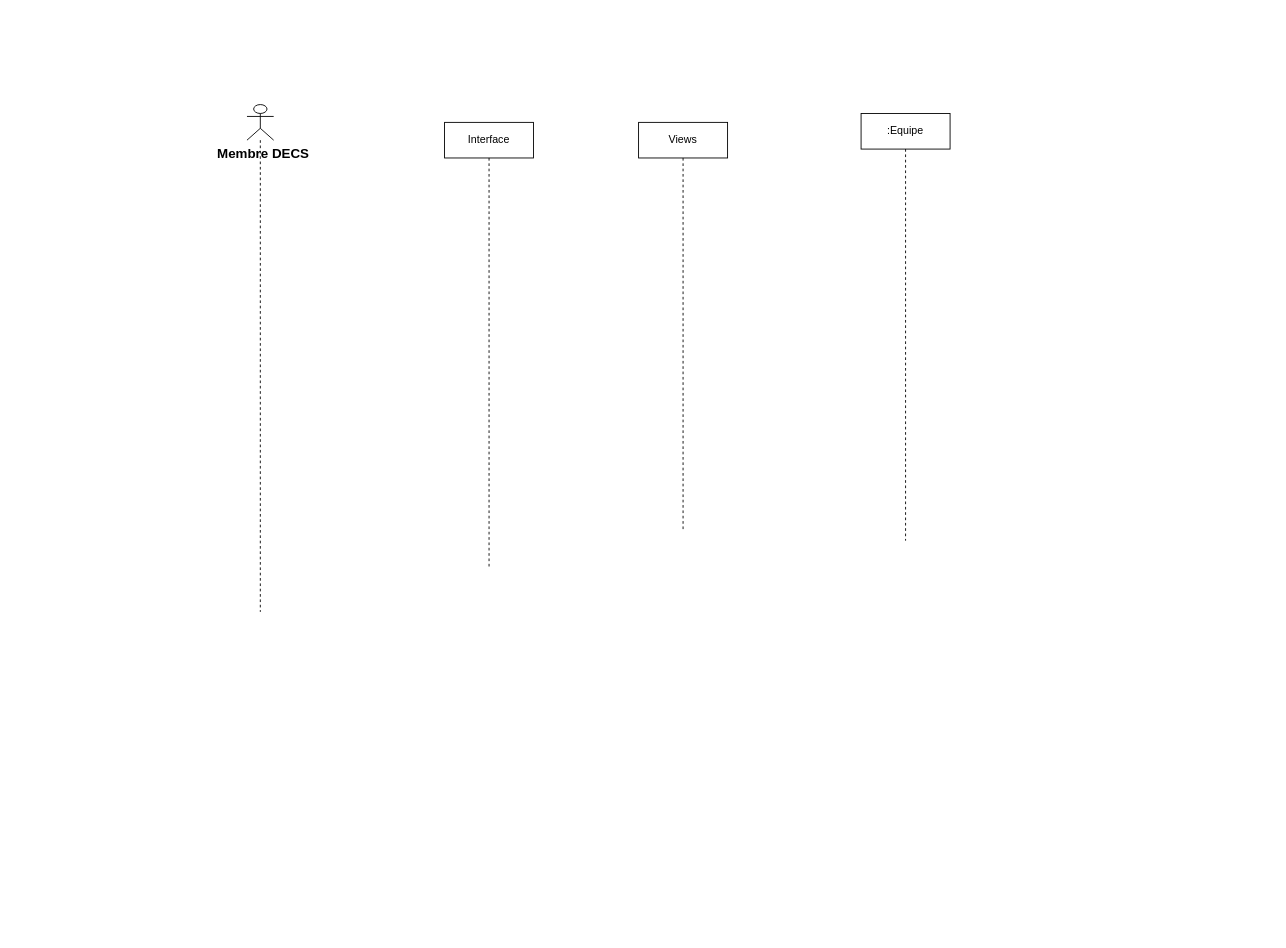
CabrelFeukeng/pp keeps this draw.io diagram as Diagramme sans nom.drawio. Above is the earlier version. Source tidied: cells renumbered, new cells numbered last; positions are measured from the earlier drawing's top-left corner, leaving out a move shared by most shapes. Both pictures are drawn from the tidied source at 89%, with x=0, y=0 at pixel (227, 104).
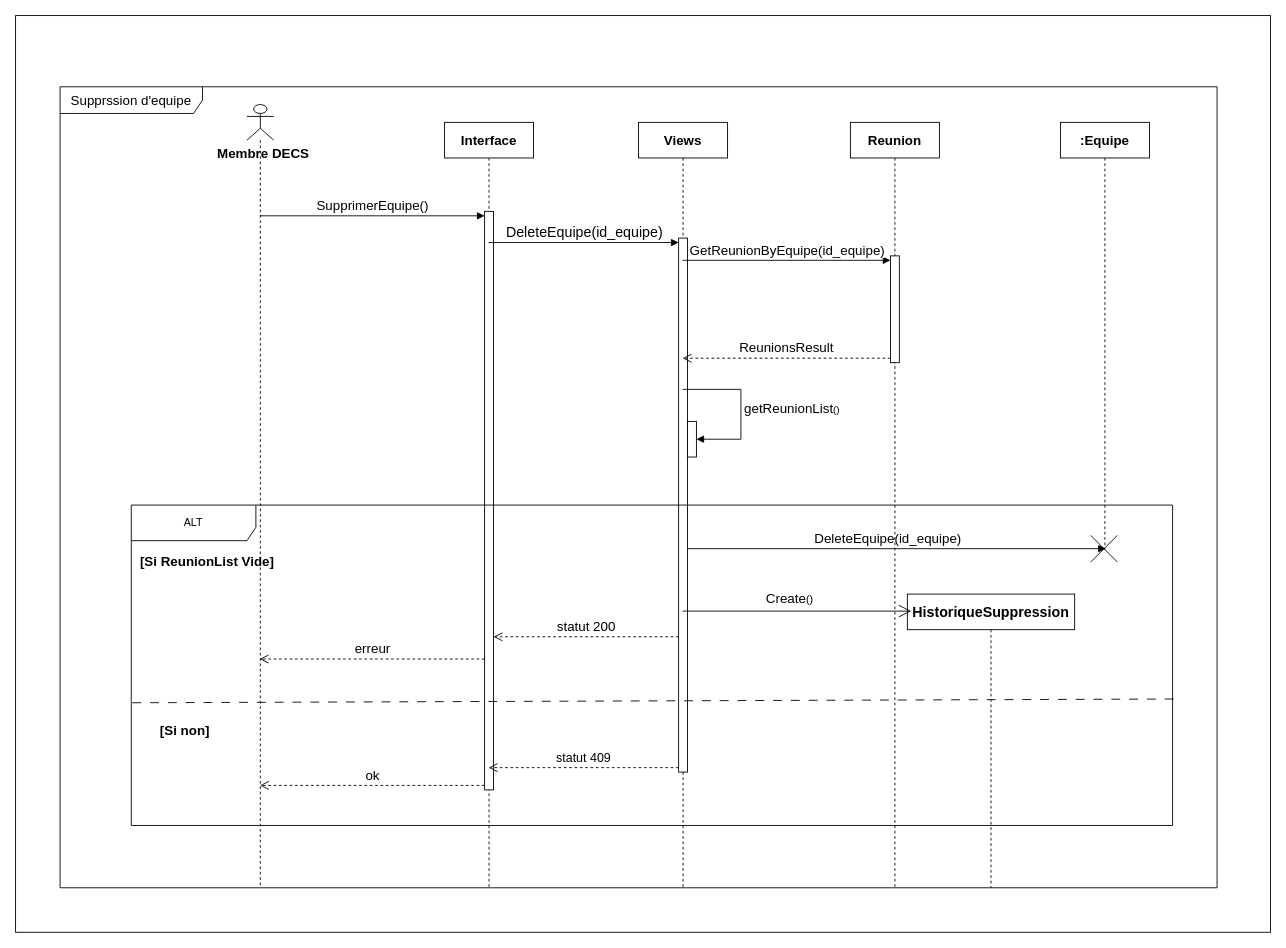
The same page after the edit.

Commit message (it also covers changes not shown here):
Mettre à jour Diagramme sans nom.drawio

Change to the diagram source:
```diff
@@
-    <mxCell id="2" style="shape=umlLifeline;perimeter=lifelinePerimeter;whiteSpace=wrap;html=1;newEdgeStyle={&quot;curved&quot;:0,&quot;rounded&quot;:0};participant=umlActor;" parent="1" vertex="1">
-      <mxGeometry x="22" width="30" height="570" as="geometry" />
-    </mxCell>
+    <mxCell id="7" style="rounded=0;whiteSpace=wrap;html=1;" parent="1" vertex="1">
+      <mxGeometry x="-238" y="-100" width="1410" height="1030" as="geometry" />
+    </mxCell>
+    <mxCell id="8" style="shape=umlLifeline;perimeter=lifelinePerimeter;whiteSpace=wrap;html=1;outlineConnect=0;portConstraint=eastwest;newEdgeStyle={&quot;curved&quot;:0,&quot;rounded&quot;:0};participant=umlActor;" parent="1" vertex="1">
+      <mxGeometry x="22" width="30" height="880" as="geometry" />
+    </mxCell>
@@
-    <mxCell id="4" value="Interface" style="shape=umlLifeline;perimeter=lifelinePerimeter;whiteSpace=wrap;html=1;outlineConnect=0;portConstraint=eastwest;newEdgeStyle={&quot;curved&quot;:0,&quot;rounded&quot;:0};" parent="1" vertex="1">
-      <mxGeometry x="244" y="20" width="100" height="500" as="geometry" />
+    <mxCell id="4" value="&lt;b&gt;&lt;font style=&quot;font-size: 15px;&quot;&gt;Interface&lt;/font&gt;&lt;/b&gt;" style="shape=umlLifeline;perimeter=lifelinePerimeter;whiteSpace=wrap;html=1;outlineConnect=0;portConstraint=eastwest;newEdgeStyle={&quot;curved&quot;:0,&quot;rounded&quot;:0};" parent="1" vertex="1">
+      <mxGeometry x="244" y="20" width="100" height="860" as="geometry" />
     </mxCell>
+    <mxCell id="9" style="html=1;points=[[0,0,0,0,5],[0,1,0,0,-5],[1,0,0,0,5],[1,1,0,0,-5]];perimeter=orthogonalPerimeter;outlineConnect=0;targetShapes=umlLifeline;portConstraint=eastwest;newEdgeStyle={&quot;curved&quot;:0,&quot;rounded&quot;:0};" parent="4" vertex="1">
+      <mxGeometry x="45" y="100" width="10" height="650" as="geometry" />
+    </mxCell>
-    <mxCell id="5" value="Views" style="shape=umlLifeline;perimeter=lifelinePerimeter;whiteSpace=wrap;html=1;outlineConnect=0;portConstraint=eastwest;newEdgeStyle={&quot;curved&quot;:0,&quot;rounded&quot;:0};" parent="1" vertex="1">
-      <mxGeometry x="462" y="20" width="100" height="460" as="geometry" />
+    <mxCell id="5" value="&lt;font style=&quot;font-size: 15px;&quot;&gt;&lt;b&gt;Views&lt;/b&gt;&lt;/font&gt;" style="shape=umlLifeline;perimeter=lifelinePerimeter;whiteSpace=wrap;html=1;outlineConnect=0;portConstraint=eastwest;newEdgeStyle={&quot;curved&quot;:0,&quot;rounded&quot;:0};" parent="1" vertex="1">
+      <mxGeometry x="462" y="20" width="100" height="860" as="geometry" />
     </mxCell>
+    <mxCell id="10" style="html=1;points=[[0,0,0,0,5],[0,1,0,0,-5],[1,0,0,0,5],[1,1,0,0,-5]];perimeter=orthogonalPerimeter;outlineConnect=0;targetShapes=umlLifeline;portConstraint=eastwest;newEdgeStyle={&quot;curved&quot;:0,&quot;rounded&quot;:0};" parent="5" vertex="1">
+      <mxGeometry x="45" y="130" width="10" height="600" as="geometry" />
+    </mxCell>
+    <mxCell id="11" style="html=1;points=[[0,0,0,0,5],[0,1,0,0,-5],[1,0,0,0,5],[1,1,0,0,-5]];perimeter=orthogonalPerimeter;outlineConnect=0;targetShapes=umlLifeline;portConstraint=eastwest;newEdgeStyle={&quot;curved&quot;:0,&quot;rounded&quot;:0};" parent="5" vertex="1">
+      <mxGeometry x="55" y="336" width="10" height="40" as="geometry" />
+    </mxCell>
+    <mxCell id="12" value="&lt;font style=&quot;font-size: 15px;&quot;&gt;getReunionList&lt;/font&gt;()" style="html=1;align=left;spacingLeft=2;endArrow=block;rounded=0;edgeStyle=orthogonalEdgeStyle;curved=0;rounded=0;" parent="5" edge="1" source="5" target="11">
+      <mxGeometry relative="1" as="geometry">
+        <Array as="points">
+          <mxPoint x="115" y="300" />
+          <mxPoint x="115" y="356" />
+        </Array>
+      </mxGeometry>
+    </mxCell>
-    <mxCell id="6" value=":Equipe" style="shape=umlLifeline;perimeter=lifelinePerimeter;whiteSpace=wrap;html=1;newEdgeStyle={&quot;curved&quot;:0,&quot;rounded&quot;:0};" parent="1" vertex="1">
-      <mxGeometry x="712" y="10" width="100" height="480" as="geometry" />
+    <mxCell id="6" value="&lt;b&gt;&lt;font style=&quot;font-size: 15px;&quot;&gt;:Equipe&lt;/font&gt;&lt;/b&gt;" style="shape=umlLifeline;perimeter=lifelinePerimeter;whiteSpace=wrap;html=1;newEdgeStyle={&quot;curved&quot;:0,&quot;rounded&quot;:0};" parent="1" vertex="1">
+      <mxGeometry x="936" y="20" width="100" height="480" as="geometry" />
     </mxCell>
+    <mxCell id="13" value="&lt;font style=&quot;font-size: 15px;&quot;&gt;SupprimerEquipe()&lt;/font&gt;" style="html=1;verticalAlign=bottom;endArrow=block;curved=0;rounded=0;entryX=0;entryY=0;entryDx=0;entryDy=5;" parent="1" edge="1" source="8" target="9">
+      <mxGeometry relative="1" as="geometry" />
+    </mxCell>
+    <mxCell id="14" value="&lt;font style=&quot;font-size: 15px;&quot;&gt;ok&lt;/font&gt;" style="html=1;verticalAlign=bottom;endArrow=open;dashed=1;endSize=8;curved=0;rounded=0;exitX=0;exitY=1;exitDx=0;exitDy=-5;" parent="1" edge="1" source="9" target="8">
+      <mxGeometry relative="1" as="geometry" />
+    </mxCell>
+    <mxCell id="15" value="&lt;font style=&quot;font-size: 15px;&quot;&gt;&lt;b&gt;Reunion&lt;/b&gt;&lt;/font&gt;" style="shape=umlLifeline;perimeter=lifelinePerimeter;whiteSpace=wrap;html=1;newEdgeStyle={&quot;curved&quot;:0,&quot;rounded&quot;:0};" parent="1" vertex="1">
+      <mxGeometry x="700" y="20" width="100" height="860" as="geometry" />
+    </mxCell>
+    <mxCell id="16" style="html=1;points=[[0,0,0,0,5],[0,1,0,0,-5],[1,0,0,0,5],[1,1,0,0,-5]];perimeter=orthogonalPerimeter;outlineConnect=0;targetShapes=umlLifeline;portConstraint=eastwest;newEdgeStyle={&quot;curved&quot;:0,&quot;rounded&quot;:0};" parent="15" vertex="1">
+      <mxGeometry x="45" y="150" width="10" height="120" as="geometry" />
+    </mxCell>
+    <mxCell id="17" value="&lt;font style=&quot;font-size: 16px;&quot;&gt;DeleteEquipe(id_equipe)&lt;/font&gt;" style="html=1;verticalAlign=bottom;endArrow=block;curved=0;rounded=0;entryX=0;entryY=0;entryDx=0;entryDy=5;" parent="1" edge="1" source="4" target="10">
+      <mxGeometry relative="1" as="geometry" />
+    </mxCell>
+    <mxCell id="18" value="&lt;font style=&quot;font-size: 14px;&quot;&gt;statut 409&lt;/font&gt;" style="html=1;verticalAlign=bottom;endArrow=open;dashed=1;endSize=8;curved=0;rounded=0;exitX=0;exitY=1;exitDx=0;exitDy=-5;" parent="1" edge="1" source="10" target="4">
+      <mxGeometry relative="1" as="geometry" />
+    </mxCell>
+    <mxCell id="19" value="&lt;font style=&quot;font-size: 15px;&quot;&gt;GetReunionByEquipe(id_equipe)&lt;/font&gt;" style="html=1;verticalAlign=bottom;endArrow=block;curved=0;rounded=0;entryX=0;entryY=0;entryDx=0;entryDy=5;" parent="1" edge="1" source="5" target="16">
+      <mxGeometry relative="1" as="geometry" />
+    </mxCell>
+    <mxCell id="20" value="&lt;font style=&quot;font-size: 15px;&quot;&gt;ReunionsResult&lt;/font&gt;" style="html=1;verticalAlign=bottom;endArrow=open;dashed=1;endSize=8;curved=0;rounded=0;exitX=0;exitY=1;exitDx=0;exitDy=-5;" parent="1" edge="1" source="16" target="5">
+      <mxGeometry relative="1" as="geometry" />
+    </mxCell>
+    <mxCell id="21" style="shape=umlDestroy;html=1;" parent="1" vertex="1">
+      <mxGeometry x="970" y="484" width="30" height="30" as="geometry" />
+    </mxCell>
+    <mxCell id="22" style="html=1;verticalAlign=bottom;labelBackgroundColor=none;endArrow=block;endFill=1;rounded=0;entryX=0.567;entryY=0.5;entryDx=0;entryDy=0;entryPerimeter=0;" parent="1" edge="1" source="10" target="21">
+      <mxGeometry relative="1" as="geometry" />
+    </mxCell>
+    <mxCell id="23" value="&lt;font style=&quot;font-size: 16px;&quot;&gt;&lt;b&gt;HistoriqueSuppression&lt;/b&gt;&lt;/font&gt;" style="shape=umlLifeline;perimeter=lifelinePerimeter;whiteSpace=wrap;html=1;outlineConnect=0;portConstraint=eastwest;newEdgeStyle={&quot;curved&quot;:0,&quot;rounded&quot;:0};" parent="1" vertex="1">
+      <mxGeometry x="764" y="550" width="188" height="330" as="geometry" />
+    </mxCell>
+    <mxCell id="24" style="endArrow=open;endFill=1;endSize=12;html=1;rounded=0;entryX=0.024;entryY=0.058;entryDx=0;entryDy=0;entryPerimeter=0;" parent="1" edge="1" source="5" target="23">
+      <mxGeometry relative="1" as="geometry" />
+    </mxCell>
+    <mxCell id="25" value="ALT" style="shape=umlFrame;whiteSpace=wrap;html=1;width=140;height=40;" parent="1" vertex="1">
+      <mxGeometry x="-108" y="450" width="1170" height="360" as="geometry" />
+    </mxCell>
+    <mxCell id="26" style="endArrow=none;startArrow=none;endFill=0;startFill=0;endSize=8;html=1;verticalAlign=bottom;dashed=1;labelBackgroundColor=none;dashPattern=10 10;rounded=0;entryX=1.002;entryY=0.447;entryDx=0;entryDy=0;entryPerimeter=0;exitX=0.001;exitY=0.617;exitDx=0;exitDy=0;exitPerimeter=0;elbow=vertical;" parent="1" edge="1" source="25">
+      <mxGeometry relative="1" as="geometry">
+        <mxPoint x="1064.2" y="667.9" as="targetPoint" />
+      </mxGeometry>
+    </mxCell>
+    <mxCell id="27" value="&lt;font style=&quot;font-size: 15px;&quot;&gt;statut 200&lt;/font&gt;" style="html=1;verticalAlign=bottom;endArrow=open;dashed=1;endSize=8;curved=0;rounded=0;" parent="1" edge="1">
+      <mxGeometry relative="1" as="geometry">
+        <mxPoint x="507" y="598" as="sourcePoint" />
+        <mxPoint x="299" y="598" as="targetPoint" />
+      </mxGeometry>
+    </mxCell>
+    <mxCell id="28" value="&lt;font style=&quot;font-size: 15px;&quot;&gt;erreur&lt;/font&gt;" style="html=1;verticalAlign=bottom;endArrow=open;dashed=1;endSize=8;curved=0;rounded=0;" parent="1" edge="1">
+      <mxGeometry relative="1" as="geometry">
+        <mxPoint x="289" y="623" as="sourcePoint" />
+        <mxPoint x="36.2" y="623" as="targetPoint" />
+      </mxGeometry>
+    </mxCell>
+    <mxCell id="29" value="&lt;span style=&quot;font-size: 15px;&quot;&gt;[&lt;/span&gt;&lt;span style=&quot;font-size: 15px;&quot;&gt;Si ReunionList Vide&lt;/span&gt;&lt;span style=&quot;font-size: 15px;&quot;&gt;]&lt;/span&gt;" style="text;align=center;fontStyle=1;verticalAlign=middle;spacingLeft=3;spacingRight=3;strokeColor=none;html=1;" parent="1" vertex="1">
+      <mxGeometry x="-89" y="500" width="131" height="26" as="geometry" />
+    </mxCell>
+    <mxCell id="30" value="&lt;font style=&quot;font-size: 15px;&quot;&gt;[Si non]&lt;/font&gt;" style="text;align=center;fontStyle=1;verticalAlign=middle;spacingLeft=3;spacingRight=3;strokeColor=none;html=1;" parent="1" vertex="1">
+      <mxGeometry x="-88" y="690" width="80" height="26" as="geometry" />
+    </mxCell>
+    <mxCell id="31" value="&lt;font style=&quot;font-size: 15px; font-weight: normal;&quot;&gt;DeleteEquipe(id_equipe)&lt;/font&gt;" style="text;align=center;fontStyle=1;verticalAlign=middle;spacingLeft=3;spacingRight=3;strokeColor=none;html=1;" parent="1" vertex="1">
+      <mxGeometry x="702" y="474" width="80" height="26" as="geometry" />
+    </mxCell>
+    <mxCell id="32" value="&lt;font style=&quot;font-size: 15px;&quot;&gt;Supprssion d'equipe&lt;/font&gt;" style="shape=umlFrame;whiteSpace=wrap;html=1;width=160;" parent="1" vertex="1">
+      <mxGeometry x="-188" y="-20" width="1300" height="900" as="geometry" />
+    </mxCell>
+    <mxCell id="33" value="&lt;font style=&quot;font-size: 15px;&quot;&gt;Create&lt;/font&gt;()" style="text;html=1;align=center;verticalAlign=middle;whiteSpace=wrap;rounded=0;" parent="32" vertex="1">
+      <mxGeometry x="790" y="560" width="60" height="30" as="geometry" />
+    </mxCell>
```
